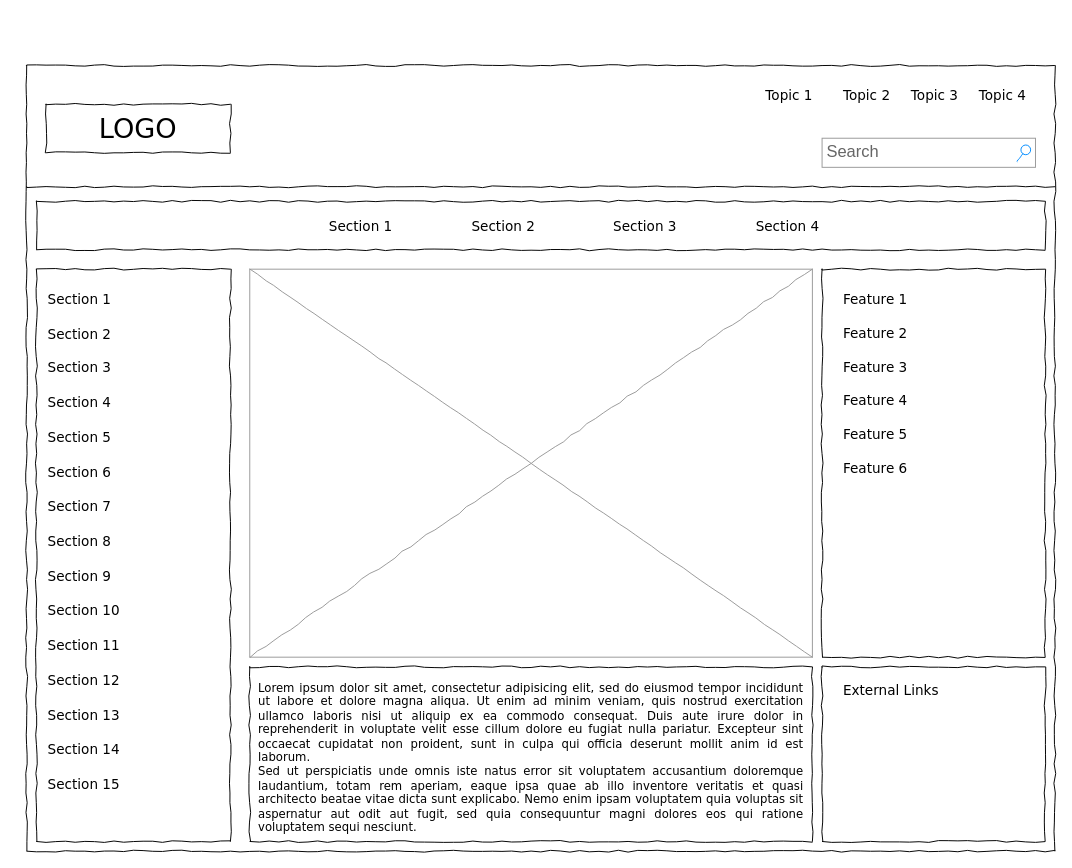
Before: Untitled Diagram.drawio in nisha4r/test-1, a draw.io diagram. Source tidied: cells renumbered, new cells numbered last; positions are measured from the earlier drawing's top-left corner, leaving out a move shared by most shapes. Both pictures are drawn from the tidied source at 97%, with x=0, y=0 at pixel (26, 65).
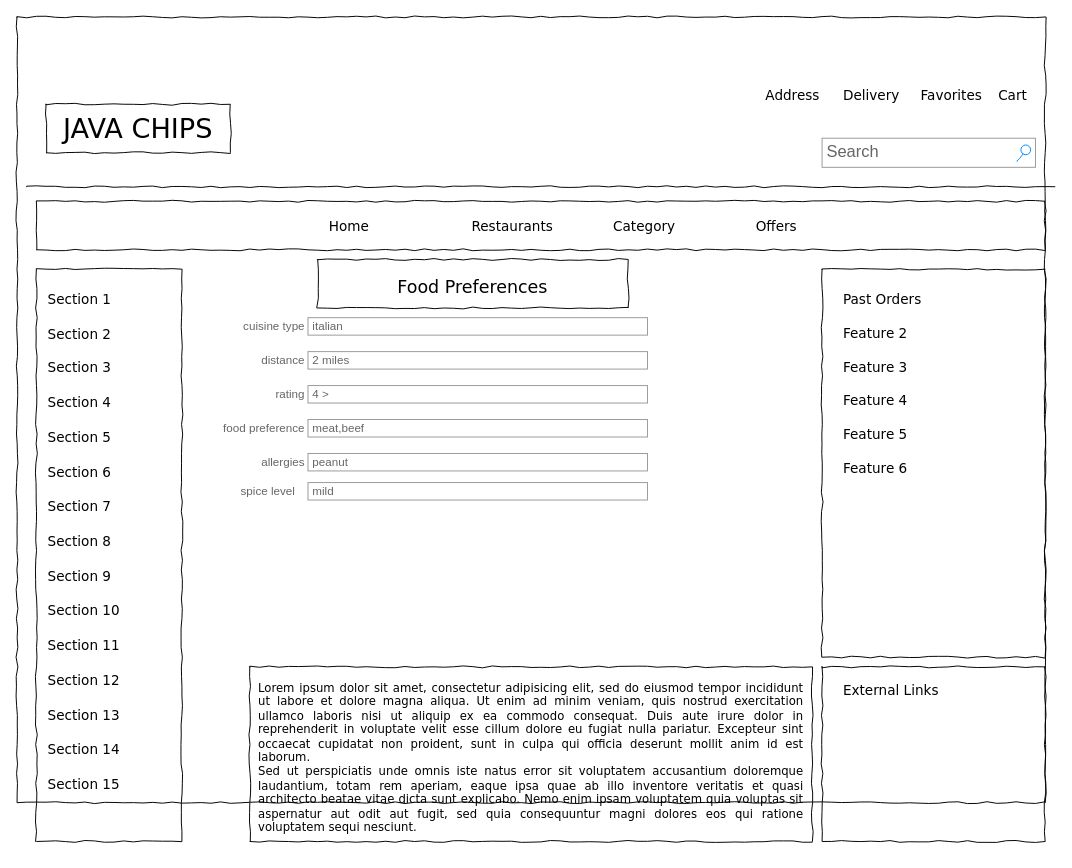
The same page after the edit.

Diff of the diagram source:
```diff
@@
     <mxCell id="2" style="whiteSpace=wrap;html=1;rounded=0;shadow=0;labelBackgroundColor=none;strokeColor=#000000;strokeWidth=1;fillColor=none;fontFamily=Verdana;fontSize=12;fontColor=#000000;align=center;comic=1;" parent="1" vertex="1">
-      <mxGeometry width="1060" height="810" as="geometry" />
+      <mxGeometry x="-10" y="-50" width="1060" height="810" as="geometry" />
     </mxCell>
-    <mxCell id="3" value="LOGO" style="whiteSpace=wrap;html=1;rounded=0;shadow=0;labelBackgroundColor=none;strokeWidth=1;fontFamily=Verdana;fontSize=28;align=center;comic=1;" parent="1" vertex="1">
+    <mxCell id="3" value="JAVA CHIPS" style="whiteSpace=wrap;html=1;rounded=0;shadow=0;labelBackgroundColor=none;strokeWidth=1;fontFamily=Verdana;fontSize=28;align=center;comic=1;" parent="1" vertex="1">
       <mxGeometry x="20" y="40" width="190" height="50" as="geometry" />
     </mxCell>
@@
-    <mxCell id="5" value="Topic 1" style="text;html=1;align=left;verticalAlign=top;spacingTop=-4;fontSize=14;fontFamily=Verdana;" parent="1" vertex="1">
+    <mxCell id="5" value="Address" style="text;html=1;align=left;verticalAlign=top;spacingTop=-4;fontSize=14;fontFamily=Verdana;" parent="1" vertex="1">
       <mxGeometry x="760" y="20" width="60" height="20" as="geometry" />
     </mxCell>
-    <mxCell id="6" value="Topic 2" style="text;html=1;align=left;verticalAlign=top;spacingTop=-4;fontSize=14;fontFamily=Verdana;" parent="1" vertex="1">
-      <mxGeometry x="840" y="20" width="60" height="20" as="geometry" />
+    <mxCell id="6" value="Cart" style="text;html=1;align=left;verticalAlign=top;spacingTop=-4;fontSize=14;fontFamily=Verdana;" parent="1" vertex="1">
+      <mxGeometry x="1000" y="20" width="60" height="20" as="geometry" />
     </mxCell>
-    <mxCell id="7" value="Topic 3" style="text;html=1;align=left;verticalAlign=top;spacingTop=-4;fontSize=14;fontFamily=Verdana;" parent="1" vertex="1">
-      <mxGeometry x="910" y="20" width="60" height="20" as="geometry" />
+    <mxCell id="7" value="Delivery" style="text;html=1;align=left;verticalAlign=top;spacingTop=-4;fontSize=14;fontFamily=Verdana;" parent="1" vertex="1">
+      <mxGeometry x="840" y="20" width="60" height="20" as="geometry" />
     </mxCell>
-    <mxCell id="8" value="Topic 4" style="text;html=1;align=left;verticalAlign=top;spacingTop=-4;fontSize=14;fontFamily=Verdana;" parent="1" vertex="1">
-      <mxGeometry x="980" y="20" width="60" height="20" as="geometry" />
+    <mxCell id="8" value="Favorites" style="text;html=1;align=left;verticalAlign=top;spacingTop=-4;fontSize=14;fontFamily=Verdana;" parent="1" vertex="1">
+      <mxGeometry x="920" y="20" width="60" height="20" as="geometry" />
     </mxCell>
     <mxCell id="9" style="whiteSpace=wrap;html=1;rounded=0;shadow=0;labelBackgroundColor=none;strokeWidth=1;fillColor=none;fontFamily=Verdana;fontSize=12;align=center;comic=1;" parent="1" vertex="1">
-      <mxGeometry x="10" y="210" width="200" height="590" as="geometry" />
+      <mxGeometry x="10" y="210" width="150" height="590" as="geometry" />
     </mxCell>
@@
-    <mxCell id="12" value="Section 1" style="text;html=1;align=left;verticalAlign=top;spacingTop=-4;fontSize=14;fontFamily=Verdana;" parent="1" vertex="1">
+    <mxCell id="12" value="Home" style="text;html=1;align=left;verticalAlign=top;spacingTop=-4;fontSize=14;fontFamily=Verdana;" parent="1" vertex="1">
       <mxGeometry x="310" y="155" width="60" height="20" as="geometry" />
     </mxCell>
-    <mxCell id="13" value="Section 2" style="text;html=1;align=left;verticalAlign=top;spacingTop=-4;fontSize=14;fontFamily=Verdana;" parent="1" vertex="1">
+    <mxCell id="13" value="Restaurants" style="text;html=1;align=left;verticalAlign=top;spacingTop=-4;fontSize=14;fontFamily=Verdana;" parent="1" vertex="1">
       <mxGeometry x="457" y="155" width="60" height="20" as="geometry" />
     </mxCell>
-    <mxCell id="14" value="Section 3" style="text;html=1;align=left;verticalAlign=top;spacingTop=-4;fontSize=14;fontFamily=Verdana;" parent="1" vertex="1">
+    <mxCell id="14" value="Category" style="text;html=1;align=left;verticalAlign=top;spacingTop=-4;fontSize=14;fontFamily=Verdana;" parent="1" vertex="1">
       <mxGeometry x="603" y="155" width="60" height="20" as="geometry" />
     </mxCell>
-    <mxCell id="15" value="Section 4" style="text;html=1;align=left;verticalAlign=top;spacingTop=-4;fontSize=14;fontFamily=Verdana;" parent="1" vertex="1">
+    <mxCell id="15" value="Offers" style="text;html=1;align=left;verticalAlign=top;spacingTop=-4;fontSize=14;fontFamily=Verdana;" parent="1" vertex="1">
       <mxGeometry x="750" y="155" width="60" height="20" as="geometry" />
     </mxCell>
@@
-    <mxCell id="17" style="verticalLabelPosition=bottom;shadow=0;dashed=0;align=center;html=1;verticalAlign=top;strokeWidth=1;shape=mxgraph.mockup.graphics.simpleIcon;strokeColor=#999999;rounded=0;labelBackgroundColor=none;fontFamily=Verdana;fontSize=14;fontColor=#000000;comic=1;" parent="1" vertex="1">
-      <mxGeometry x="230" y="210" width="580" height="400" as="geometry" />
-    </mxCell>
@@
-    <mxCell id="36" value="Feature 1" style="text;html=1;align=left;verticalAlign=top;spacingTop=-4;fontSize=14;fontFamily=Verdana;" parent="1" vertex="1">
+    <mxCell id="36" value="Past Orders" style="text;html=1;align=left;verticalAlign=top;spacingTop=-4;fontSize=14;fontFamily=Verdana;" parent="1" vertex="1">
       <mxGeometry x="840" y="230" width="170" height="20" as="geometry" />
     </mxCell>
@@
+    <mxCell id="42" value="cuisine type" style="strokeWidth=1;shadow=0;dashed=0;align=center;html=1;shape=mxgraph.mockup.forms.anchor;align=right;spacingRight=2;fontColor=#666666;fillColor=#4D4D4D;" parent="1" vertex="1">
+      <mxGeometry x="240" y="260" width="50" height="18" as="geometry" />
+    </mxCell>
+    <mxCell id="43" value="italian" style="strokeWidth=1;shadow=0;dashed=0;align=center;html=1;shape=mxgraph.mockup.forms.rrect;fillColor=#ffffff;rSize=0;fontColor=#666666;align=left;spacingLeft=3;strokeColor=#999999;" parent="1" vertex="1">
+      <mxGeometry x="290" y="260" width="350" height="18" as="geometry" />
+    </mxCell>
+    <mxCell id="44" value="distance" style="strokeWidth=1;shadow=0;dashed=0;align=center;html=1;shape=mxgraph.mockup.forms.anchor;align=right;spacingRight=2;fontColor=#666666;" parent="1" vertex="1">
+      <mxGeometry x="240" y="295" width="50" height="18" as="geometry" />
+    </mxCell>
+    <mxCell id="45" value="2 miles" style="strokeWidth=1;shadow=0;dashed=0;align=center;html=1;shape=mxgraph.mockup.forms.rrect;fillColor=#ffffff;rSize=0;fontColor=#666666;align=left;spacingLeft=3;strokeColor=#999999;" parent="1" vertex="1">
+      <mxGeometry x="290" y="295" width="350" height="18" as="geometry" />
+    </mxCell>
+    <mxCell id="46" value="rating" style="strokeWidth=1;shadow=0;dashed=0;align=center;html=1;shape=mxgraph.mockup.forms.anchor;align=right;spacingRight=2;fontColor=#666666;" parent="1" vertex="1">
+      <mxGeometry x="240" y="330" width="50" height="18" as="geometry" />
+    </mxCell>
+    <mxCell id="47" value="4 &amp;gt;" style="strokeWidth=1;shadow=0;dashed=0;align=center;html=1;shape=mxgraph.mockup.forms.rrect;fillColor=#ffffff;rSize=0;fontColor=#666666;align=left;spacingLeft=3;strokeColor=#999999;" parent="1" vertex="1">
+      <mxGeometry x="290" y="330" width="350" height="18" as="geometry" />
+    </mxCell>
+    <mxCell id="48" value="food preference" style="strokeWidth=1;shadow=0;dashed=0;align=center;html=1;shape=mxgraph.mockup.forms.anchor;align=right;spacingRight=2;fontColor=#666666;" parent="1" vertex="1">
+      <mxGeometry x="240" y="365" width="50" height="18" as="geometry" />
+    </mxCell>
+    <mxCell id="49" value="meat,beef" style="strokeWidth=1;shadow=0;dashed=0;align=center;html=1;shape=mxgraph.mockup.forms.rrect;fillColor=#ffffff;rSize=0;fontColor=#666666;align=left;spacingLeft=3;strokeColor=#999999;" parent="1" vertex="1">
+      <mxGeometry x="290" y="365" width="350" height="18" as="geometry" />
+    </mxCell>
+    <mxCell id="50" value="allergies" style="strokeWidth=1;shadow=0;dashed=0;align=center;html=1;shape=mxgraph.mockup.forms.anchor;align=right;spacingRight=2;fontColor=#666666;" parent="1" vertex="1">
+      <mxGeometry x="240" y="400" width="50" height="18" as="geometry" />
+    </mxCell>
+    <mxCell id="51" value="peanut" style="strokeWidth=1;shadow=0;dashed=0;align=center;html=1;shape=mxgraph.mockup.forms.rrect;fillColor=#ffffff;rSize=0;fontColor=#666666;align=left;spacingLeft=3;strokeColor=#999999;" parent="1" vertex="1">
+      <mxGeometry x="290" y="400" width="350" height="18" as="geometry" />
+    </mxCell>
+    <mxCell id="52" value="mild" style="strokeWidth=1;shadow=0;dashed=0;align=center;html=1;shape=mxgraph.mockup.forms.rrect;fillColor=#ffffff;rSize=0;fontColor=#666666;align=left;spacingLeft=3;strokeColor=#999999;" parent="1" vertex="1">
+      <mxGeometry x="290" y="430" width="350" height="18" as="geometry" />
+    </mxCell>
+    <mxCell id="53" value="spice level" style="strokeWidth=1;shadow=0;dashed=0;align=center;html=1;shape=mxgraph.mockup.forms.anchor;align=right;spacingRight=2;fontColor=#666666;" parent="1" vertex="1">
+      <mxGeometry x="230" y="430" width="50" height="18" as="geometry" />
+    </mxCell>
+    <mxCell id="54" value="&lt;font style=&quot;font-size: 18px;&quot;&gt;Food Preferences&lt;/font&gt;" style="whiteSpace=wrap;html=1;rounded=0;shadow=0;labelBackgroundColor=none;strokeWidth=1;fontFamily=Verdana;fontSize=28;align=center;comic=1;" parent="1" vertex="1">
+      <mxGeometry x="300" y="200" width="320" height="50" as="geometry" />
+    </mxCell>
```
